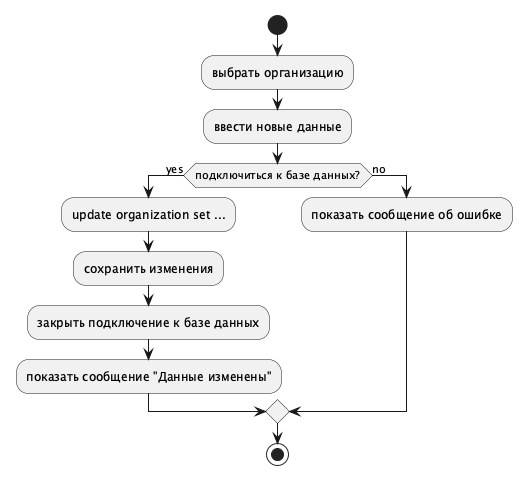
Above: 1 семестр/lab06-activity/src/act-04-update.png in olegstiv/kravchuk.o (PlantUML), before the change. Its diagram source:
```plantuml
@startuml
start
:выбрать организацию;
:ввести новые данные;
if (подключиться к базе данных?) then (yes)
  :update organization set ...;
  :сохранить изменения;
  :закрыть подключение к базе данных;
  :показать сообщение "Данные изменены";
else (no)
  :показать сообщение об ошибке;
endif
stop
@enduml
```
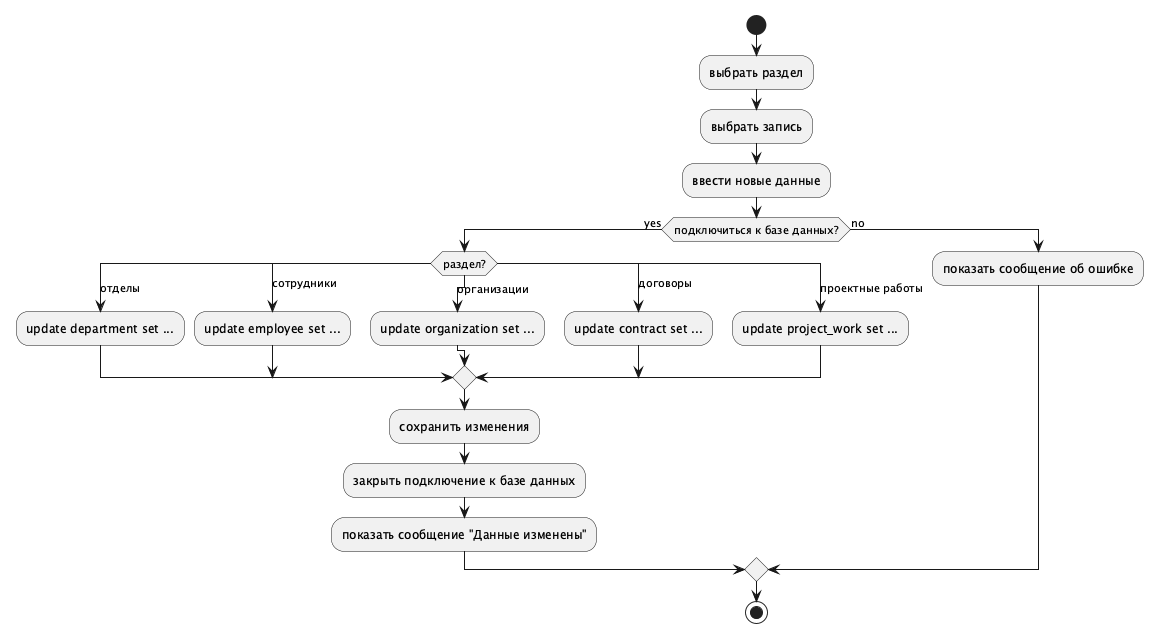
Above is the later version.

Change to the diagram source:
```diff
@@ -1,9 +1,21 @@
 @startuml
 start
-:выбрать организацию;
+:выбрать раздел;
+:выбрать запись;
 :ввести новые данные;
 if (подключиться к базе данных?) then (yes)
-  :update organization set ...;
+  switch (раздел?)
+  case (отделы)
+    :update department set ...;
+  case (сотрудники)
+    :update employee set ...;
+  case (организации)
+    :update organization set ...;
+  case (договоры)
+    :update contract set ...;
+  case (проектные работы)
+    :update project_work set ...;
+  endswitch
   :сохранить изменения;
   :закрыть подключение к базе данных;
   :показать сообщение "Данные изменены";
```
